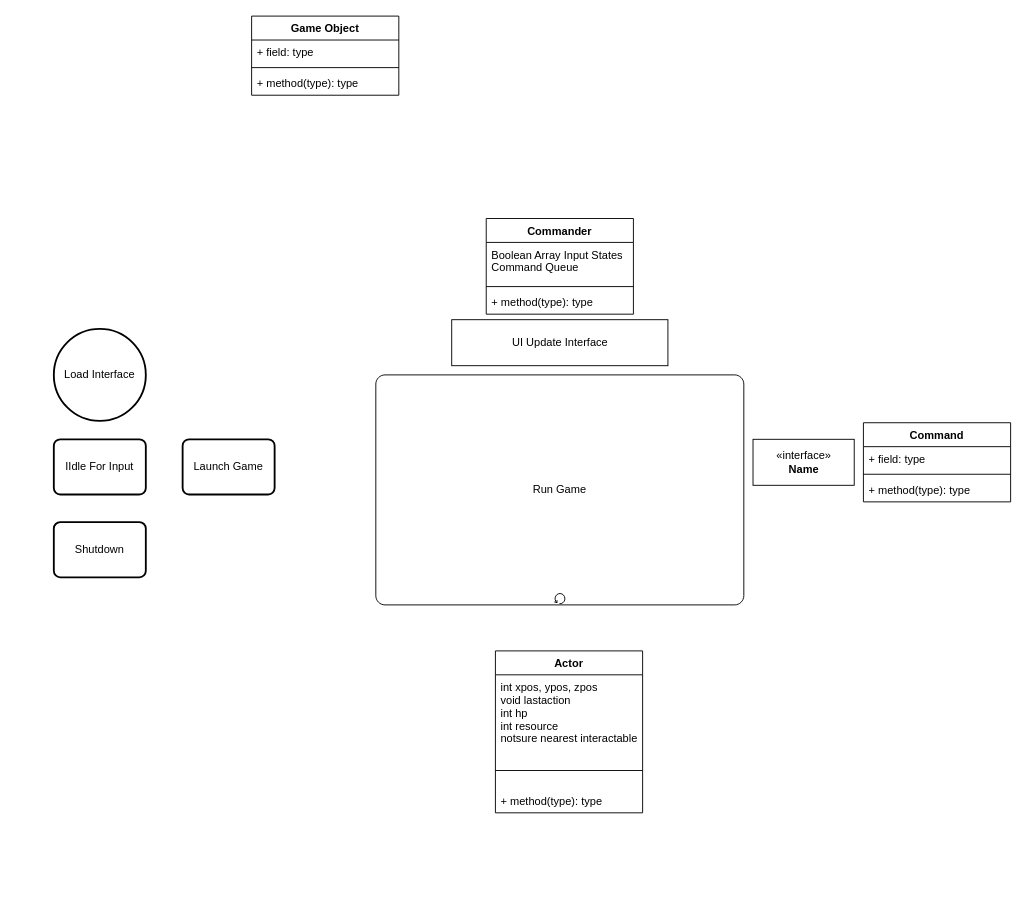
Above: CommandPatternGame.drawio in KentonYoung/CPP-Portfolio (draw.io), before the change. Source tidied: cells renumbered, new cells numbered last; positions are measured from the earlier drawing's top-left corner, leaving out a move shared by most shapes. Both pictures are drawn from the tidied source at 92%, with x=0, y=0 at pixel (53, 16).
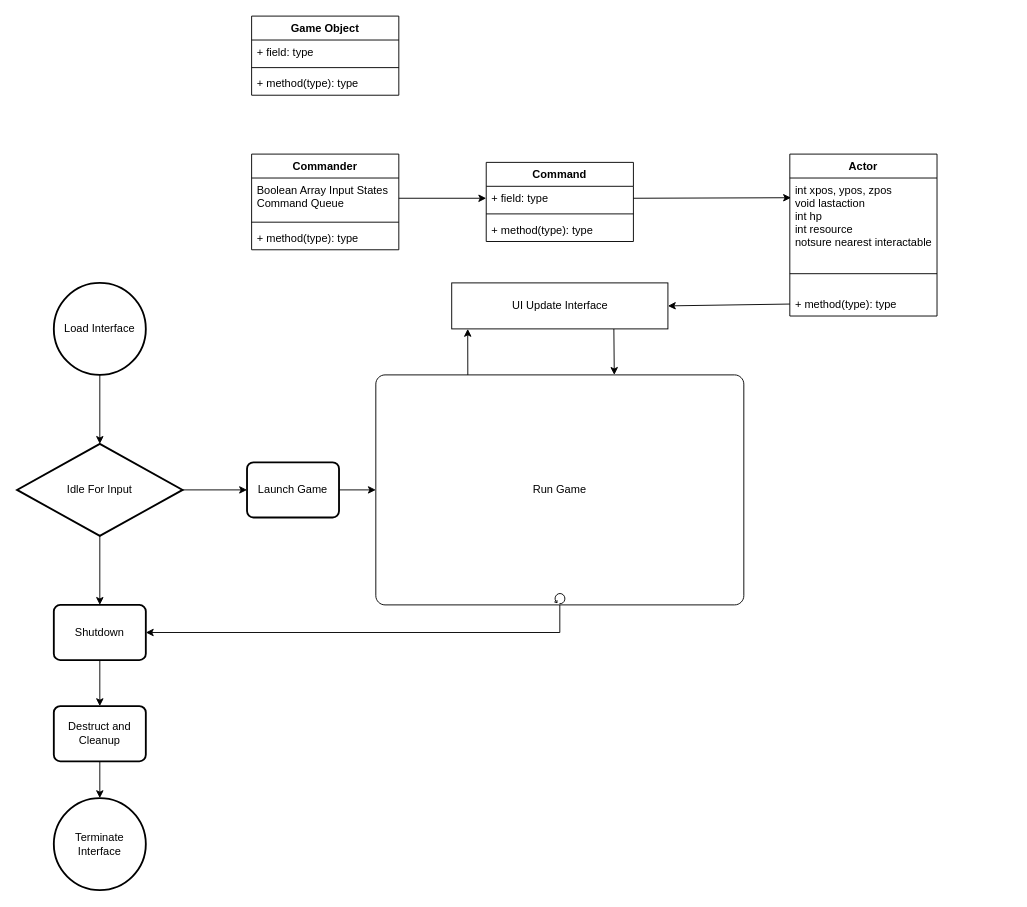
The same diagram, later.

The change refers to these unchanged cells:
```xml
<mxCell id="7" value="Boolean Array Input States&#10;Command Queue" style="text;strokeColor=none;fillColor=none;align=left;verticalAlign=top;spacingLeft=4;spacingRight=4;overflow=hidden;points=[[0,0.5],[1,0.5]];portConstraint=eastwest;" parent="6" vertex="1">
  <mxGeometry y="26" width="160" height="44" as="geometry" />
</mxCell>
<mxCell id="11" value="+ field: type" style="text;strokeColor=none;fillColor=none;align=left;verticalAlign=top;spacingLeft=4;spacingRight=4;overflow=hidden;points=[[0,0.5],[1,0.5]];portConstraint=eastwest;" parent="10" vertex="1">
  <mxGeometry y="26" width="160" height="26" as="geometry" />
</mxCell>
<mxCell id="15" value="int xpos, ypos, zpos&#10;void lastaction&#10;int hp&#10;int resource&#10;notsure nearest interactable Object" style="text;strokeColor=none;fillColor=none;align=left;verticalAlign=top;spacingLeft=4;spacingRight=4;overflow=hidden;points=[[0,0.5],[1,0.5]];portConstraint=eastwest;" parent="14" vertex="1">
  <mxGeometry y="26" width="160" height="84" as="geometry" />
</mxCell>
<mxCell id="17" value="+ method(type): type" style="text;strokeColor=none;fillColor=none;align=left;verticalAlign=top;spacingLeft=4;spacingRight=4;overflow=hidden;points=[[0,0.5],[1,0.5]];portConstraint=eastwest;" parent="14" vertex="1">
  <mxGeometry y="150" width="160" height="26" as="geometry" />
</mxCell>
<mxCell id="22" value="Run Game" style="points=[[0.25,0,0],[0.5,0,0],[0.75,0,0],[1,0.25,0],[1,0.5,0],[1,0.75,0],[0.75,1,0],[0.5,1,0],[0.25,1,0],[0,0.75,0],[0,0.5,0],[0,0.25,0]];shape=mxgraph.bpmn.task;whiteSpace=wrap;rectStyle=rounded;size=10;html=1;taskMarker=abstract;isLoopStandard=1;" parent="1" vertex="1">
  <mxGeometry x="350" y="390" width="400" height="250" as="geometry" />
</mxCell>
```

The edit, as a diff of the source:
```diff
@@
     <mxCell id="6" value="Commander" style="swimlane;fontStyle=1;align=center;verticalAlign=top;horizontal=1;startSize=26;" parent="1" vertex="1">
-      <mxGeometry x="470" y="220" width="160" height="104" as="geometry" />
+      <mxGeometry x="215" y="150" width="160" height="104" as="geometry" />
     </mxCell>
@@
     <mxCell id="10" value="Command" style="swimlane;fontStyle=1;align=center;verticalAlign=top;horizontal=1;startSize=26;" parent="1" vertex="1">
-      <mxGeometry x="880" y="442" width="160" height="86" as="geometry" />
+      <mxGeometry x="470" y="159" width="160" height="86" as="geometry" />
     </mxCell>
@@
     <mxCell id="14" value="Actor" style="swimlane;fontStyle=1;align=center;verticalAlign=top;horizontal=1;startSize=26;" parent="1" vertex="1">
-      <mxGeometry x="480" y="690" width="160" height="176" as="geometry" />
+      <mxGeometry x="800" y="150" width="160" height="176" as="geometry" />
     </mxCell>
@@
+    <mxCell id="25" style="edgeStyle=none;rounded=0;jettySize=auto;html=1;exitX=0.5;exitY=1;exitDx=0;exitDy=0;exitPerimeter=0;entryX=0.5;entryY=0;entryDx=0;entryDy=0;entryPerimeter=0;" parent="1" edge="1" source="18" target="33">
+      <mxGeometry relative="1" as="geometry" />
+    </mxCell>
     <mxCell id="18" value="Load Interface" style="strokeWidth=2;html=1;shape=mxgraph.flowchart.start_2;whiteSpace=wrap;" parent="1" vertex="1">
-      <mxGeometry y="340" width="100" height="100" as="geometry" />
+      <mxGeometry y="290" width="100" height="100" as="geometry" />
     </mxCell>
-    <mxCell id="19" value="IIdle For Input" style="rounded=1;whiteSpace=wrap;html=1;absoluteArcSize=1;arcSize=14;strokeWidth=2;" parent="1" vertex="1">
-      <mxGeometry y="460" width="100" height="60" as="geometry" />
-    </mxCell>
+    <mxCell id="26" style="edgeStyle=none;rounded=0;jettySize=auto;html=1;exitX=0.5;exitY=1;exitDx=0;exitDy=0;entryX=0.5;entryY=0;entryDx=0;entryDy=0;" parent="1" edge="1" source="20" target="35">
+      <mxGeometry relative="1" as="geometry" />
+    </mxCell>
     <mxCell id="20" value="Shutdown" style="rounded=1;whiteSpace=wrap;html=1;absoluteArcSize=1;arcSize=14;strokeWidth=2;" parent="1" vertex="1">
-      <mxGeometry y="550" width="100" height="60" as="geometry" />
+      <mxGeometry y="640" width="100" height="60" as="geometry" />
     </mxCell>
+    <mxCell id="27" style="edgeStyle=none;rounded=0;jettySize=auto;html=1;exitX=1;exitY=0.5;exitDx=0;exitDy=0;entryX=0;entryY=0.5;entryDx=0;entryDy=0;entryPerimeter=0;" parent="1" edge="1" source="21" target="22">
+      <mxGeometry relative="1" as="geometry" />
+    </mxCell>
     <mxCell id="21" value="Launch Game" style="rounded=1;whiteSpace=wrap;html=1;absoluteArcSize=1;arcSize=14;strokeWidth=2;" parent="1" vertex="1">
-      <mxGeometry x="140" y="460" width="100" height="60" as="geometry" />
+      <mxGeometry x="210" y="485" width="100" height="60" as="geometry" />
     </mxCell>
+    <mxCell id="28" style="edgeStyle=none;rounded=0;jettySize=auto;html=1;exitX=0.5;exitY=1;exitDx=0;exitDy=0;exitPerimeter=0;entryX=1;entryY=0.5;entryDx=0;entryDy=0;" parent="1" edge="1" source="22" target="20">
+      <mxGeometry relative="1" as="geometry">
+        <Array as="points">
+          <mxPoint x="550" y="670" />
+        </Array>
+      </mxGeometry>
+    </mxCell>
+    <mxCell id="29" style="edgeStyle=none;rounded=0;jettySize=auto;html=1;exitX=0.25;exitY=0;exitDx=0;exitDy=0;exitPerimeter=0;entryX=0.074;entryY=1;entryDx=0;entryDy=0;entryPerimeter=0;" parent="1" edge="1" source="22" target="23">
+      <mxGeometry relative="1" as="geometry" />
+    </mxCell>
@@
+    <mxCell id="30" style="edgeStyle=none;rounded=0;jettySize=auto;html=1;exitX=0.75;exitY=1;exitDx=0;exitDy=0;entryX=0.648;entryY=0;entryDx=0;entryDy=0;entryPerimeter=0;" parent="1" edge="1" source="23" target="22">
+      <mxGeometry relative="1" as="geometry" />
+    </mxCell>
     <mxCell id="23" value="UI Update Interface" style="html=1;" parent="1" vertex="1">
-      <mxGeometry x="432.5" y="330" width="235" height="50" as="geometry" />
+      <mxGeometry x="432.5" y="290" width="235" height="50" as="geometry" />
     </mxCell>
-    <mxCell id="24" value="&amp;laquo;interface&amp;raquo;&lt;br&gt;&lt;b&gt;Name&lt;/b&gt;" style="html=1;" parent="1" vertex="1">
-      <mxGeometry x="760" y="460" width="110" height="50" as="geometry" />
-    </mxCell>
+    <mxCell id="31" style="edgeStyle=none;rounded=0;jettySize=auto;html=1;exitX=1;exitY=0.5;exitDx=0;exitDy=0;exitPerimeter=0;entryX=0;entryY=0.5;entryDx=0;entryDy=0;" parent="1" edge="1" source="33" target="21">
+      <mxGeometry relative="1" as="geometry" />
+    </mxCell>
+    <mxCell id="32" style="edgeStyle=none;rounded=0;jettySize=auto;html=1;exitX=0.5;exitY=1;exitDx=0;exitDy=0;exitPerimeter=0;entryX=0.5;entryY=0;entryDx=0;entryDy=0;" parent="1" edge="1" source="33" target="20">
+      <mxGeometry relative="1" as="geometry" />
+    </mxCell>
+    <mxCell id="33" value="Idle For Input" style="strokeWidth=2;html=1;shape=mxgraph.flowchart.decision;whiteSpace=wrap;" parent="1" vertex="1">
+      <mxGeometry x="-40" y="465" width="180" height="100" as="geometry" />
+    </mxCell>
+    <mxCell id="34" style="edgeStyle=none;rounded=0;jettySize=auto;html=1;exitX=0.5;exitY=1;exitDx=0;exitDy=0;entryX=0.5;entryY=0;entryDx=0;entryDy=0;entryPerimeter=0;" parent="1" edge="1" source="35" target="36">
+      <mxGeometry relative="1" as="geometry" />
+    </mxCell>
+    <mxCell id="35" value="Destruct and Cleanup" style="rounded=1;whiteSpace=wrap;html=1;absoluteArcSize=1;arcSize=14;strokeWidth=2;" parent="1" vertex="1">
+      <mxGeometry y="750" width="100" height="60" as="geometry" />
+    </mxCell>
+    <mxCell id="36" value="Terminate Interface" style="strokeWidth=2;html=1;shape=mxgraph.flowchart.start_2;whiteSpace=wrap;" parent="1" vertex="1">
+      <mxGeometry y="850" width="100" height="100" as="geometry" />
+    </mxCell>
+    <mxCell id="37" style="edgeStyle=none;rounded=0;jettySize=auto;html=1;exitX=1;exitY=0.5;exitDx=0;exitDy=0;" parent="1" edge="1" source="7" target="11">
+      <mxGeometry relative="1" as="geometry" />
+    </mxCell>
+    <mxCell id="38" style="edgeStyle=none;rounded=0;jettySize=auto;html=1;exitX=1;exitY=0.5;exitDx=0;exitDy=0;entryX=0.008;entryY=0.255;entryDx=0;entryDy=0;entryPerimeter=0;" parent="1" edge="1" source="11" target="15">
+      <mxGeometry relative="1" as="geometry" />
+    </mxCell>
+    <mxCell id="39" style="edgeStyle=none;rounded=0;jettySize=auto;html=1;exitX=0;exitY=0.5;exitDx=0;exitDy=0;entryX=1;entryY=0.5;entryDx=0;entryDy=0;" parent="1" edge="1" source="17" target="23">
+      <mxGeometry relative="1" as="geometry" />
+    </mxCell>
```
